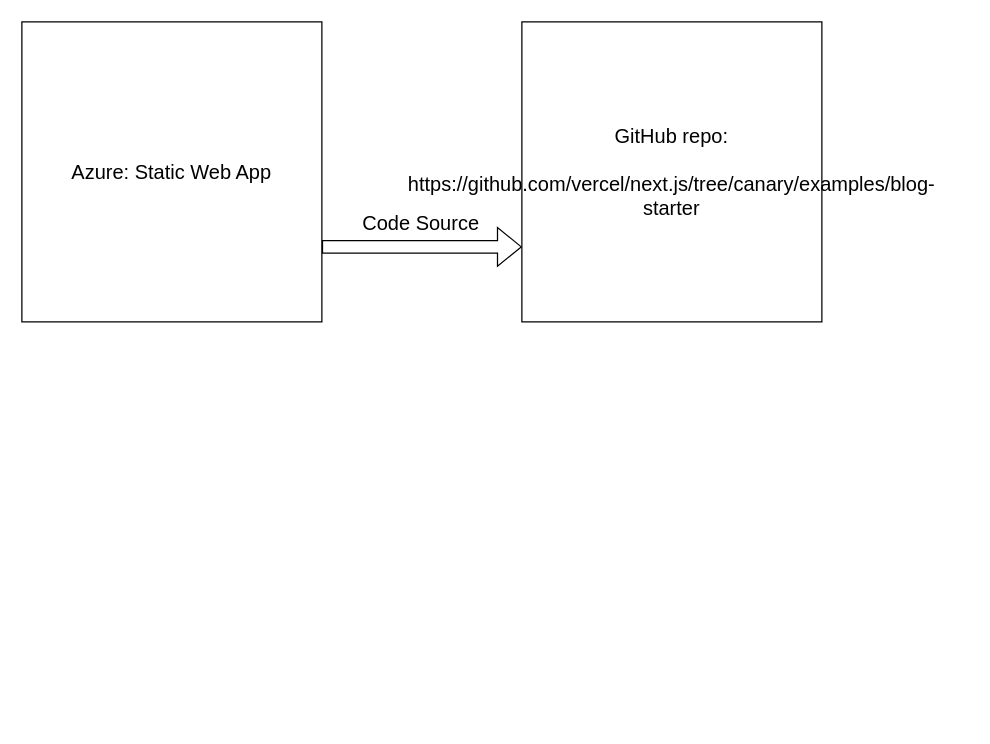
MBDev2k/PublicStuff keeps this draw.io diagram as Azure-NextJs-deploy.drawio. Above is the earlier version. Source tidied: cells renumbered, new cells numbered last; positions are measured from the earlier drawing's top-left corner, leaving out a move shared by most shapes. Both pictures are drawn from the tidied source at 125%, with x=0, y=0 at pixel (21, 21).
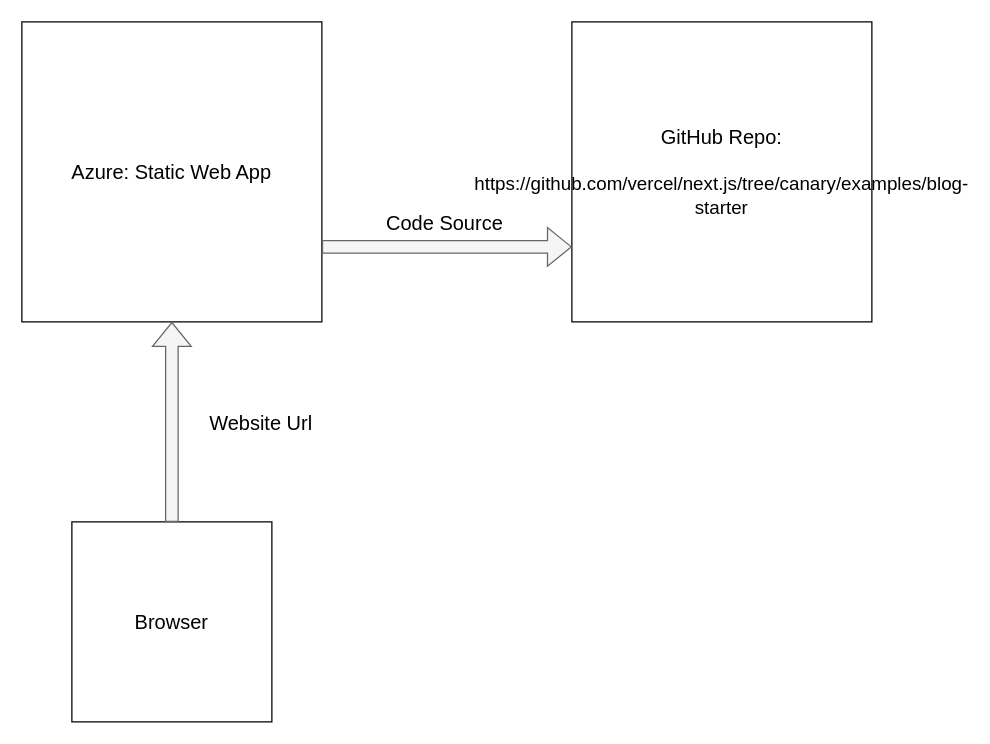
Above is the later version.

Change to the diagram source:
```diff
@@
 <mxGraphModel>
   <root>
     <mxCell id="0" />
     <mxCell id="1" parent="0" />
     <mxCell id="2" value="&lt;div&gt;&lt;font style=&quot;font-size: 16px;&quot;&gt;Azure: Static Web App&lt;/font&gt;&lt;/div&gt;" style="whiteSpace=wrap;html=1;" parent="1" vertex="1">
       <mxGeometry width="240" height="240" as="geometry" />
     </mxCell>
-    <mxCell id="3" value="&lt;div style=&quot;font-size: 16px;&quot;&gt;&lt;font style=&quot;font-size: 16px;&quot;&gt;GitHub repo:&lt;/font&gt;&lt;/div&gt;&lt;div style=&quot;font-size: 16px;&quot;&gt;&lt;font style=&quot;font-size: 16px;&quot;&gt;&lt;br&gt;&lt;/font&gt;&lt;/div&gt;&lt;div style=&quot;font-size: 16px;&quot;&gt;&lt;font style=&quot;font-size: 16px;&quot;&gt;https://github.com/vercel/next.js/tree/canary/examples/blog-starter&lt;font style=&quot;font-size: 16px;&quot;&gt;&lt;br&gt;&lt;/font&gt;&lt;/font&gt;&lt;/div&gt;" style="whiteSpace=wrap;html=1;" parent="1" vertex="1">
-      <mxGeometry x="400" width="240" height="240" as="geometry" />
+    <mxCell id="3" value="&lt;div style=&quot;font-size: 16px;&quot;&gt;&lt;font style=&quot;font-size: 16px;&quot;&gt;GitHub Repo:&lt;/font&gt;&lt;/div&gt;&lt;div style=&quot;font-size: 16px;&quot;&gt;&lt;font style=&quot;font-size: 16px;&quot;&gt;&lt;br&gt;&lt;/font&gt;&lt;/div&gt;&lt;div style=&quot;font-size: 15px;&quot;&gt;&lt;font style=&quot;font-size: 15px;&quot;&gt;https://github.com/vercel/next.js/tree/canary/examples/blog-starter&lt;font style=&quot;font-size: 16px;&quot;&gt;&lt;br&gt;&lt;/font&gt;&lt;/font&gt;&lt;/div&gt;" style="whiteSpace=wrap;html=1;" parent="1" vertex="1">
+      <mxGeometry x="440" width="240" height="240" as="geometry" />
     </mxCell>
-    <mxCell id="4" style="shape=flexArrow;endArrow=classic;html=1;rounded=0;entryX=0;entryY=0.75;entryDx=0;entryDy=0;exitX=1;exitY=0.75;exitDx=0;exitDy=0;fontSize=16;" parent="1" edge="1" source="2" target="3">
+    <mxCell id="4" style="shape=flexArrow;endArrow=classic;html=1;rounded=0;entryX=0;entryY=0.75;entryDx=0;entryDy=0;exitX=1;exitY=0.75;exitDx=0;exitDy=0;fontSize=16;fillColor=#f5f5f5;strokeColor=#666666;" parent="1" edge="1" source="2" target="3">
       <mxGeometry relative="1" as="geometry" />
     </mxCell>
     <mxCell id="5" value="&lt;div style=&quot;font-size: 16px;&quot;&gt;Code Source&lt;/div&gt;" style="edgeLabel;html=1;align=center;verticalAlign=middle;" parent="4" vertex="1">
       <mxGeometry x="-0.03" y="4" relative="1" as="geometry">
         <mxPoint y="-16" as="offset" />
       </mxGeometry>
     </mxCell>
+    <mxCell id="6" value="&lt;font style=&quot;font-size: 16px;&quot;&gt;Browser&lt;/font&gt;" style="whiteSpace=wrap;html=1;" parent="1" vertex="1">
+      <mxGeometry x="40" y="400" width="160" height="160" as="geometry" />
+    </mxCell>
+    <mxCell id="7" style="shape=flexArrow;endArrow=classic;html=1;rounded=0;entryX=0.5;entryY=1;entryDx=0;entryDy=0;exitX=0.5;exitY=0;exitDx=0;exitDy=0;fontSize=16;fillColor=#f5f5f5;strokeColor=#666666;" parent="1" edge="1" source="6" target="2">
+      <mxGeometry relative="1" as="geometry" />
+    </mxCell>
+    <mxCell id="8" value="&lt;div&gt;&lt;font style=&quot;font-size: 16px;&quot;&gt;Website Url&lt;/font&gt;&lt;/div&gt;" style="edgeLabel;html=1;align=center;verticalAlign=middle;" parent="7" vertex="1">
+      <mxGeometry x="-0.03" y="4" relative="1" as="geometry">
+        <mxPoint x="74" y="-2" as="offset" />
+      </mxGeometry>
+    </mxCell>
   </root>
 </mxGraphModel>
```
